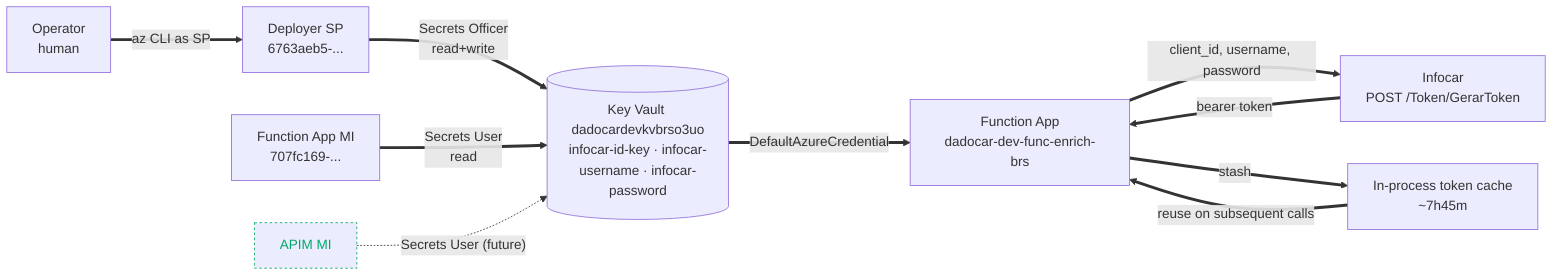
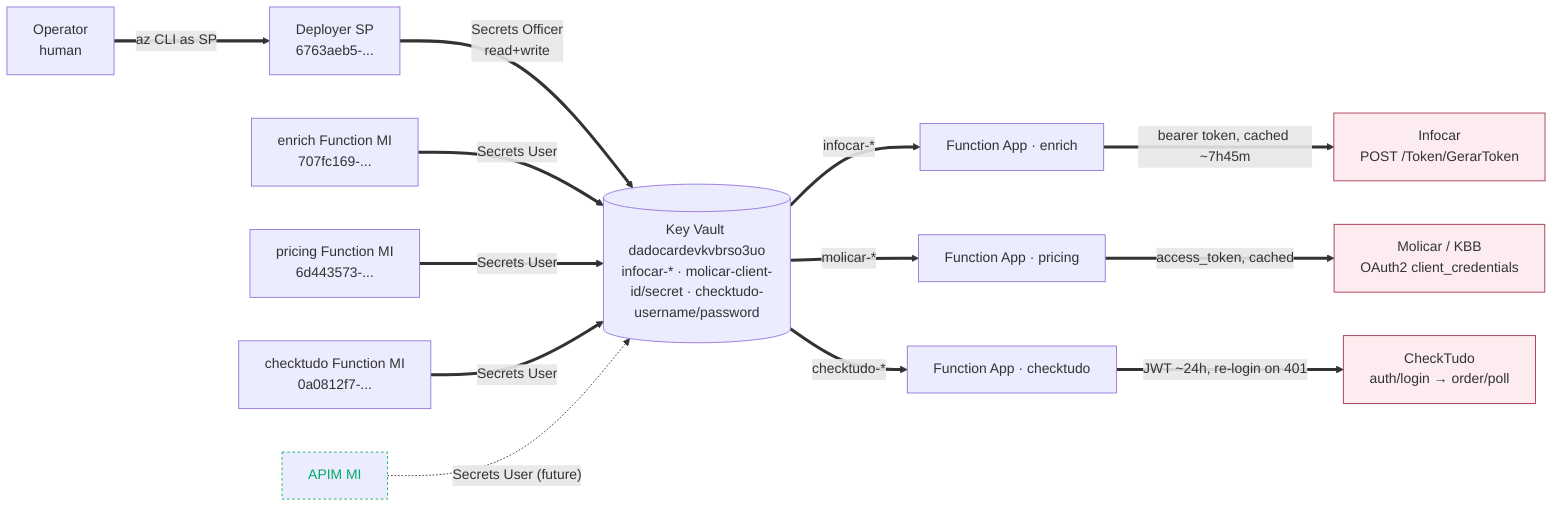
graph LR
  classDef planned stroke-dasharray: 3 3,stroke:#0a6,color:#0a6
+   classDef vendor fill:#fdecef,stroke:#a3324b

  OP[Operator<br/>human]
  SP[Deployer SP<br/>6763aeb5-...]
-   FNMI[Function App MI<br/>707fc169-...]
+   KV[(Key Vault dadocardevkvbrso3uo<br/>infocar-* · molicar-client-id/secret · checktudo-username/password)]
+ 
+   FNMI[enrich Function MI<br/>707fc169-...]
+   PRMI[pricing Function MI<br/>6d443573-...]
+   CTMI[checktudo Function MI<br/>0a0812f7-...]
  APIMI[APIM MI]:::planned
-   KV[(Key Vault dadocardevkvbrso3uo<br/>infocar-id-key · infocar-username · infocar-password)]
-   FN[Function App<br/>dadocar-dev-func-enrich-brs]
-   CACHE[In-process token cache<br/>~7h45m]
-   INFOCAR[Infocar<br/>POST /Token/GerarToken]
+ 
+   FN[Function App · enrich]
+   FNPR[Function App · pricing]
+   FNCT[Function App · checktudo]
+ 
+   INFOCAR[Infocar<br/>POST /Token/GerarToken]:::vendor
+   MOLICAR[Molicar / KBB<br/>OAuth2 client_credentials]:::vendor
+   CHECKTUDO[CheckTudo<br/>auth/login → order/poll]:::vendor

  OP ==>|az CLI as SP| SP
  SP ==>|Secrets Officer<br/>read+write| KV
-   FNMI ==>|Secrets User<br/>read| KV
+   FNMI ==>|Secrets User| KV
+   PRMI ==>|Secrets User| KV
+   CTMI ==>|Secrets User| KV
  APIMI -. Secrets User (future) .-> KV
-   KV ==>|DefaultAzureCredential| FN
-   FN ==>|client_id, username, password| INFOCAR
-   INFOCAR ==>|bearer token| FN
-   FN ==>|stash| CACHE
-   CACHE ==>|reuse on subsequent calls| FN
+ 
+   KV ==>|infocar-*| FN
+   KV ==>|molicar-*| FNPR
+   KV ==>|checktudo-*| FNCT
+ 
+   FN ==>|bearer token, cached ~7h45m| INFOCAR
+   FNPR ==>|access_token, cached| MOLICAR
+   FNCT ==>|JWT ~24h, re-login on 401| CHECKTUDO
